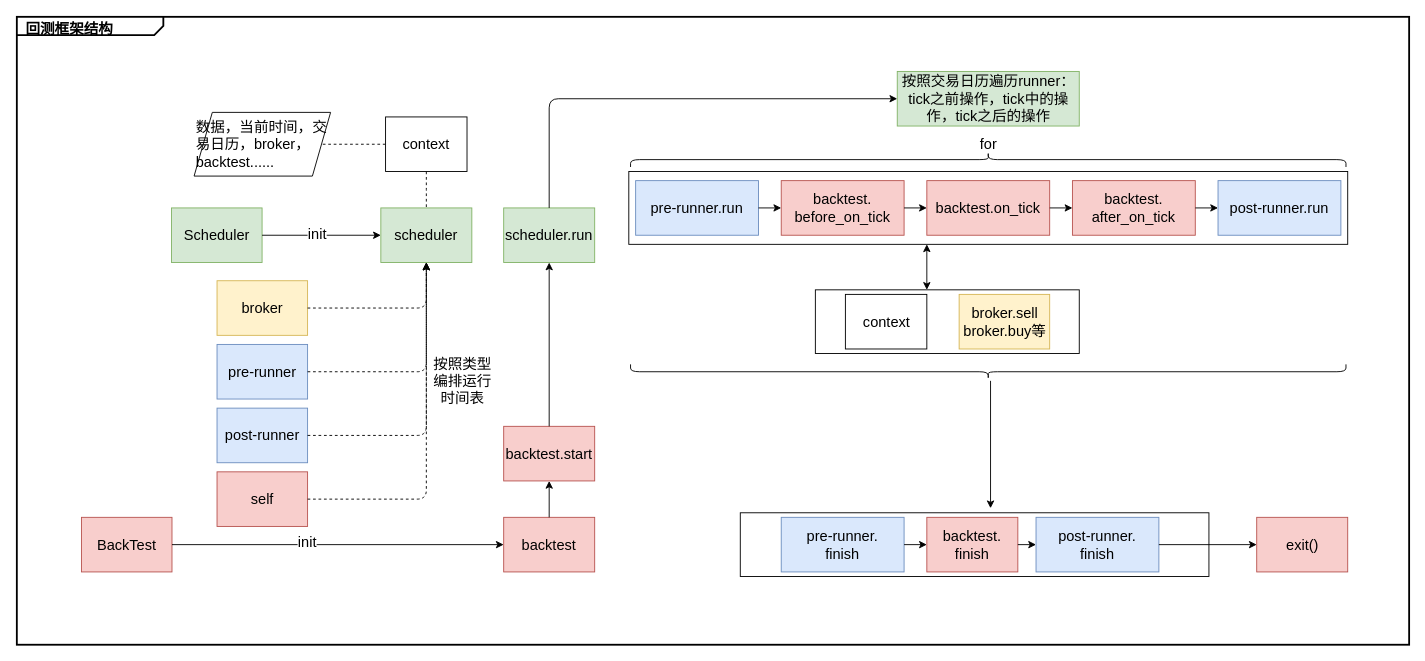
Above: drawio/实盘框架结构.drawio in jayed008/notebook (draw.io), before the change. Source tidied: cells renumbered, new cells numbered last; positions are measured from the earlier drawing's top-left corner, leaving out a move shared by most shapes. Both pictures are drawn from the tidied source at 91%, with x=0, y=0 at pixel (16, -198).
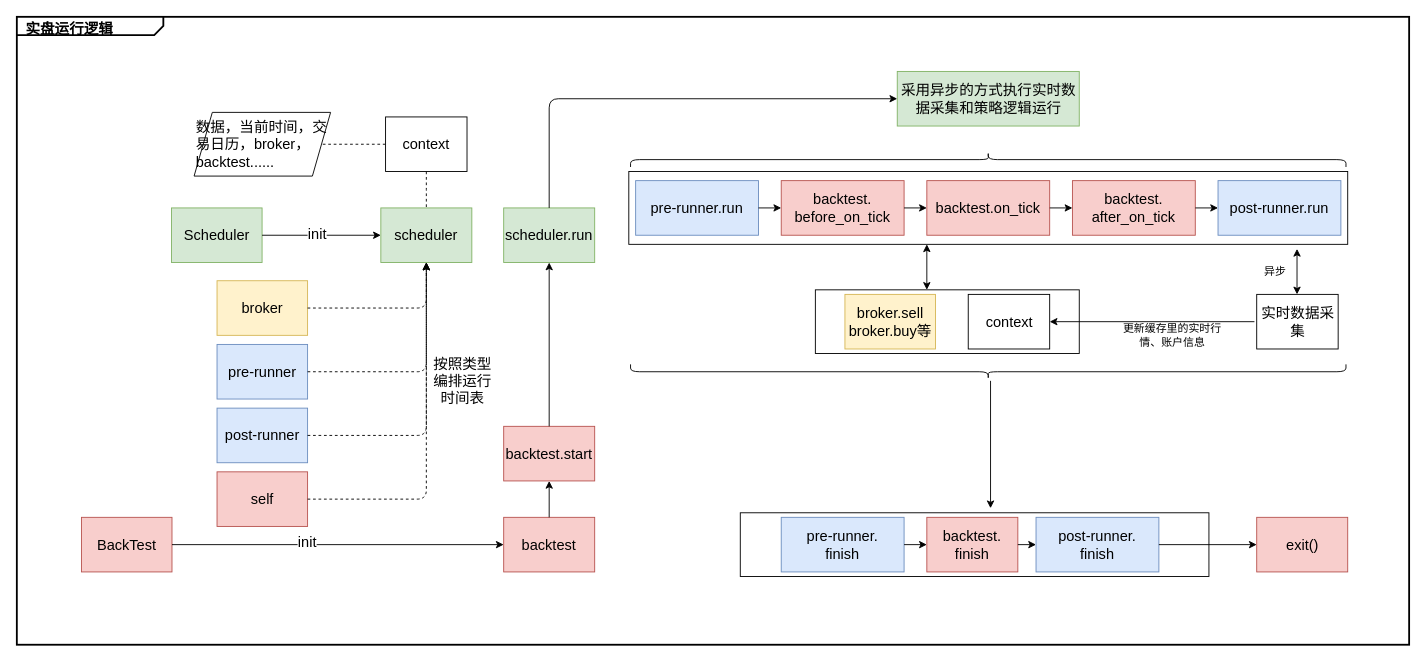
After the change.

Commit message:
Update 实盘框架结构.drawio

The edit, as a diff of the source:
```diff
@@
-    <mxCell id="5" value="&lt;p style=&quot;margin: 4px 0px 0px 10px ; text-align: left ; font-size: 16px&quot;&gt;&lt;b&gt;回测框架结构&lt;/b&gt;&lt;/p&gt;" style="html=1;strokeWidth=2;shape=mxgraph.sysml.package;html=1;overflow=fill;whiteSpace=wrap;gradientColor=none;fontSize=16;align=center;labelX=161;shadow=0;sketch=0;fillColor=none;" parent="1" vertex="1">
+    <mxCell id="5" value="&lt;p style=&quot;margin: 4px 0px 0px 10px ; text-align: left ; font-size: 16px&quot;&gt;&lt;b&gt;实盘运行逻辑&lt;/b&gt;&lt;/p&gt;" style="html=1;strokeWidth=2;shape=mxgraph.sysml.package;html=1;overflow=fill;whiteSpace=wrap;gradientColor=none;fontSize=16;align=center;labelX=161;shadow=0;sketch=0;fillColor=none;" parent="1" vertex="1">
       <mxGeometry y="236" width="1530" height="690" as="geometry" />
     </mxCell>
@@
-    <mxCell id="38" value="按照交易日历遍历runner：tick之前操作，tick中的操作，tick之后的操作" style="rounded=0;whiteSpace=wrap;html=1;fontSize=16;fillColor=#d5e8d4;strokeColor=#82b366;" parent="1" vertex="1">
+    <mxCell id="38" value="采用异步的方式执行实时数据采集和策略逻辑运行" style="rounded=0;whiteSpace=wrap;html=1;fontSize=16;fillColor=#d5e8d4;strokeColor=#82b366;" parent="1" vertex="1">
       <mxGeometry x="967.5" y="296" width="200" height="60" as="geometry" />
     </mxCell>
@@
-    <mxCell id="42" value="for" style="text;html=1;strokeColor=none;fillColor=none;align=center;verticalAlign=middle;whiteSpace=wrap;rounded=0;fontSize=16;" parent="1" vertex="1">
-      <mxGeometry x="1047.5" y="366" width="40" height="20" as="geometry" />
-    </mxCell>
     <mxCell id="43" value="broker.sell&lt;br&gt;broker.buy等" style="rounded=0;whiteSpace=wrap;html=1;fontSize=16;fillColor=#fff2cc;strokeColor=#d6b656;" parent="1" vertex="1">
-      <mxGeometry x="1035.5" y="541" width="99.5" height="60" as="geometry" />
+      <mxGeometry x="910" y="541" width="99.5" height="60" as="geometry" />
     </mxCell>
@@
     <mxCell id="56" value="context" style="rounded=0;whiteSpace=wrap;html=1;fontSize=16;" parent="1" vertex="1">
-      <mxGeometry x="910.5" y="541" width="89.5" height="60" as="geometry" />
+      <mxGeometry x="1045.5" y="541" width="89.5" height="60" as="geometry" />
     </mxCell>
@@
+    <mxCell id="67" value="实时数据采集" style="rounded=0;whiteSpace=wrap;html=1;fontSize=16;" parent="1" vertex="1">
+      <mxGeometry x="1362.5" y="541" width="89.5" height="60" as="geometry" />
+    </mxCell>
+    <mxCell id="68" style="endArrow=classic;startArrow=classic;html=1;fontSize=16;" parent="1" edge="1">
+      <mxGeometry relative="1" as="geometry">
+        <mxPoint x="1406.8" y="541" as="sourcePoint" />
+        <mxPoint x="1406.8" y="491" as="targetPoint" />
+      </mxGeometry>
+    </mxCell>
+    <mxCell id="69" value="异步" style="text;html=1;strokeColor=none;fillColor=none;align=center;verticalAlign=middle;whiteSpace=wrap;rounded=0;" parent="1" vertex="1">
+      <mxGeometry x="1362.5" y="506" width="40" height="20" as="geometry" />
+    </mxCell>
+    <mxCell id="70" style="endArrow=classic;html=1;" parent="1" edge="1" target="56">
+      <mxGeometry relative="1" as="geometry">
+        <mxPoint x="1360" y="571" as="sourcePoint" />
+      </mxGeometry>
+    </mxCell>
+    <mxCell id="71" value="更新缓存里的实时行情、账户信息" style="text;html=1;strokeColor=none;fillColor=none;align=center;verticalAlign=middle;whiteSpace=wrap;rounded=0;" parent="1" vertex="1">
+      <mxGeometry x="1210" y="576" width="120" height="20" as="geometry" />
+    </mxCell>
```
